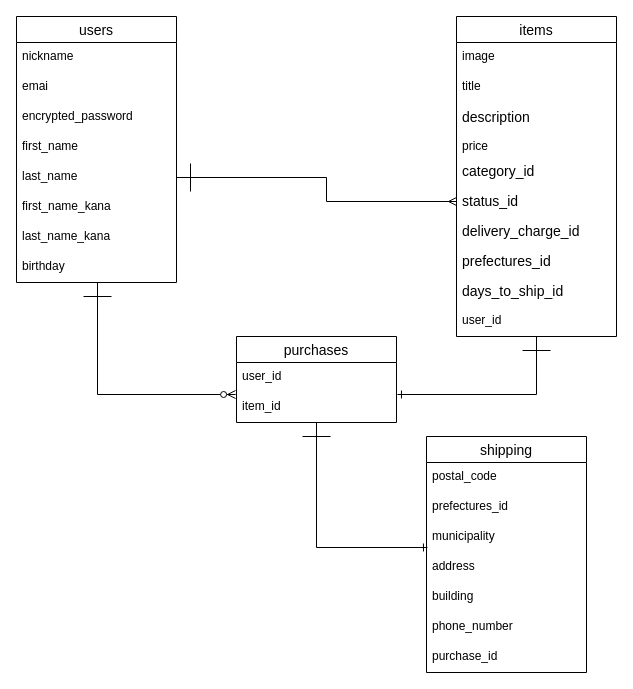
The draw.io diagram DB_ER.dio in Sashimi0343/furima-35172, before the edit. Source tidied: cells renumbered, new cells numbered last; positions are measured from the earlier drawing's top-left corner, leaving out a move shared by most shapes. Both pictures are drawn from the tidied source at 100%, with x=0, y=0 at pixel (16, 16).
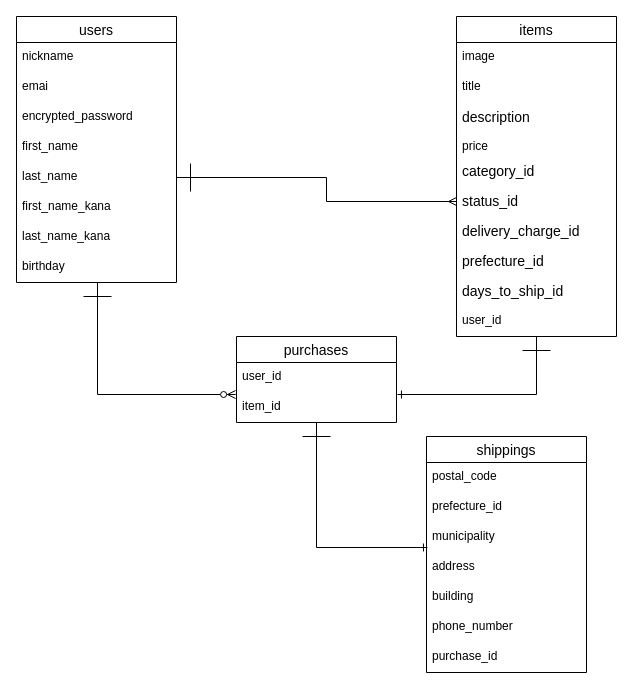
The same diagram, later.

Unchanged cells that the change refers to:
```xml
<mxCell id="13" value="items" style="swimlane;fontStyle=0;horizontal=1;startSize=26;align=center;fontSize=14;" parent="1" vertex="1">
  <mxGeometry x="440" width="160" height="320" as="geometry" />
</mxCell>
```

Diff of the diagram source:
```diff
@@
-    <mxCell id="21" value="prefectures_id" style="text;strokeColor=none;fillColor=none;spacingLeft=4;spacingRight=4;overflow=hidden;fontSize=14;" parent="13" vertex="1">
+    <mxCell id="21" value="prefecture_id" style="text;strokeColor=none;fillColor=none;spacingLeft=4;spacingRight=4;overflow=hidden;fontSize=14;" parent="13" vertex="1">
       <mxGeometry y="230" width="160" height="30" as="geometry" />
     </mxCell>
@@
-    <mxCell id="28" value="shipping" style="swimlane;fontStyle=0;horizontal=1;startSize=26;align=center;fontSize=14;" parent="1" vertex="1">
+    <mxCell id="28" value="shippings" style="swimlane;fontStyle=0;horizontal=1;startSize=26;align=center;fontSize=14;" parent="1" vertex="1">
       <mxGeometry x="410" y="420" width="160" height="236" as="geometry" />
     </mxCell>
@@
-    <mxCell id="30" value="prefectures_id" style="text;strokeColor=none;fillColor=none;spacingLeft=4;spacingRight=4;overflow=hidden;fontSize=12;" parent="28" vertex="1">
+    <mxCell id="30" value="prefecture_id" style="text;strokeColor=none;fillColor=none;spacingLeft=4;spacingRight=4;overflow=hidden;fontSize=12;" parent="28" vertex="1">
       <mxGeometry y="56" width="160" height="30" as="geometry" />
     </mxCell>
```
